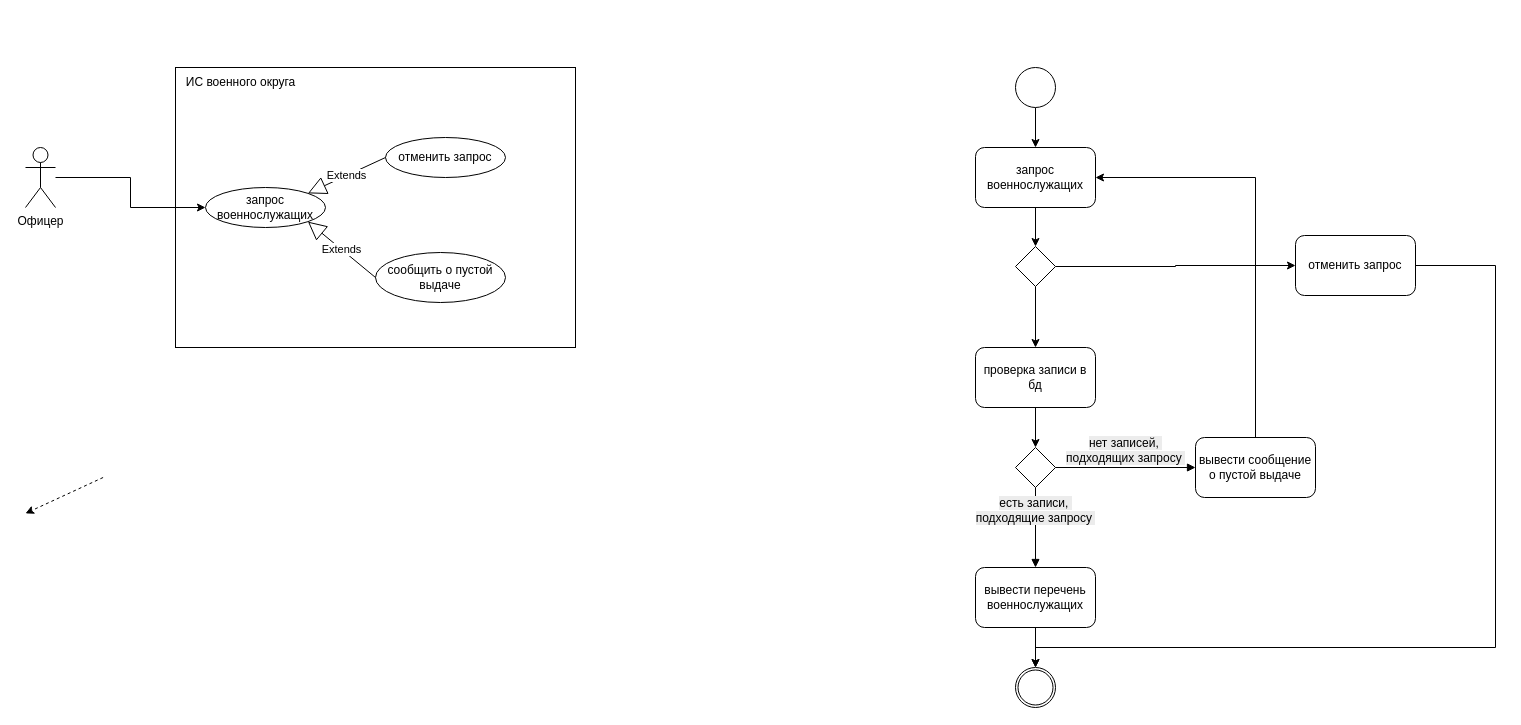
The draw.io diagram 4_semester/АИС/4 лр/АИС-4ЛР.drawio in MyataEtoki/SUAI_09.03.02, before the edit. Source tidied: cells renumbered, new cells numbered last; positions are measured from the earlier drawing's top-left corner, leaving out a move shared by most shapes. Both pictures are drawn from the tidied source at 100%, with x=0, y=0 at pixel (25, 67).
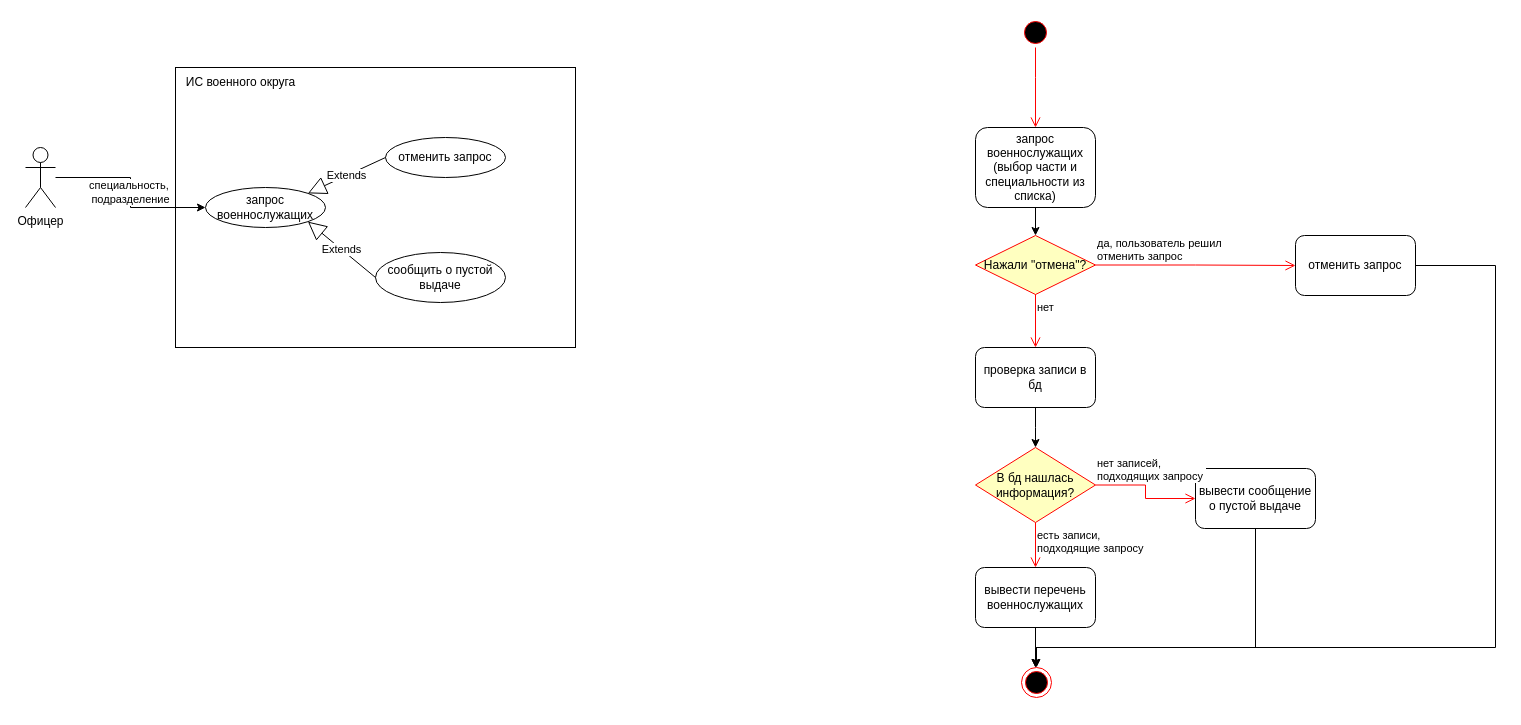
After the change.

The change refers to these unchanged cells:
```xml
<mxCell id="4" value="Офицер" style="shape=umlActor;verticalLabelPosition=bottom;verticalAlign=top;html=1;outlineConnect=0;" parent="1" vertex="1">
  <mxGeometry y="80" width="30" height="60" as="geometry" />
</mxCell>
<mxCell id="6" value="запрос военнослужащих" style="ellipse;whiteSpace=wrap;html=1;" parent="1" vertex="1">
  <mxGeometry x="180" y="120" width="120" height="40" as="geometry" />
</mxCell>
<mxCell id="18" value="проверка записи в бд" style="rounded=1;whiteSpace=wrap;html=1;" parent="1" vertex="1">
  <mxGeometry x="950" y="280" width="120" height="60" as="geometry" />
</mxCell>
<mxCell id="20" value="отменить запрос" style="rounded=1;whiteSpace=wrap;html=1;" parent="1" vertex="1">
  <mxGeometry x="1270" y="168" width="120" height="60" as="geometry" />
</mxCell>
<mxCell id="23" value="вывести перечень военнослужащих" style="rounded=1;whiteSpace=wrap;html=1;" parent="1" vertex="1">
  <mxGeometry x="950" y="500" width="120" height="60" as="geometry" />
</mxCell>
```

What changed in the source:
```diff
@@
-    <mxCell id="3" style="edgeStyle=orthogonalEdgeStyle;rounded=0;jettySize=auto;html=1;entryX=0;entryY=0.5;entryDx=0;entryDy=0;" parent="1" edge="1" source="4" target="6">
+    <mxCell id="3" value="специальность,&amp;nbsp;&lt;div&gt;подразделение&lt;/div&gt;" style="edgeStyle=orthogonalEdgeStyle;rounded=0;jettySize=auto;html=1;entryX=0;entryY=0.5;entryDx=0;entryDy=0;" parent="1" edge="1" source="4" target="6">
       <mxGeometry relative="1" as="geometry" />
     </mxCell>
@@
-    <mxCell id="9" style="edgeStyle=orthogonalEdgeStyle;rounded=0;jettySize=auto;html=1;" parent="1" edge="1" source="10" target="16">
+    <mxCell id="9" style="edgeStyle=orthogonalEdgeStyle;rounded=0;jettySize=auto;html=1;entryX=0.5;entryY=0;entryDx=0;entryDy=0;" parent="1" edge="1" source="10" target="37">
       <mxGeometry relative="1" as="geometry" />
     </mxCell>
-    <mxCell id="10" value="запрос военнослужащих" style="rounded=1;whiteSpace=wrap;html=1;" parent="1" vertex="1">
-      <mxGeometry x="950" y="80" width="120" height="60" as="geometry" />
+    <mxCell id="10" value="запрос военнослужащих (выбор части и специальности из списка)" style="rounded=1;whiteSpace=wrap;html=1;" parent="1" vertex="1">
+      <mxGeometry x="950" y="60" width="120" height="80" as="geometry" />
     </mxCell>
-    <mxCell id="11" style="edgeStyle=orthogonalEdgeStyle;rounded=0;jettySize=auto;html=1;" parent="1" edge="1" source="12" target="10">
-      <mxGeometry relative="1" as="geometry" />
-    </mxCell>
-    <mxCell id="12" style="ellipse;whiteSpace=wrap;html=1;" parent="1" vertex="1">
-      <mxGeometry x="990" width="40" height="40" as="geometry" />
-    </mxCell>
-    <mxCell id="13" style="html=1;labelBackgroundColor=#ffffff;startArrow=none;startFill=0;startSize=6;endArrow=classic;endFill=1;endSize=6;jettySize=auto;orthogonalLoop=1;strokeWidth=1;dashed=1;fontSize=14;rounded=0;entryX=1;entryY=0;entryDx=0;entryDy=0;exitX=0;exitY=0.5;exitDx=0;exitDy=0;" parent="1" edge="1">
-      <mxGeometry relative="1" as="geometry">
-        <mxPoint x="77.6" y="410" as="sourcePoint" />
-        <mxPoint y="445.9" as="targetPoint" />
-      </mxGeometry>
-    </mxCell>
-    <mxCell id="14" style="edgeStyle=orthogonalEdgeStyle;rounded=0;jettySize=auto;html=1;entryX=0;entryY=0.5;entryDx=0;entryDy=0;" parent="1" edge="1" source="16" target="20">
-      <mxGeometry relative="1" as="geometry" />
-    </mxCell>
-    <mxCell id="15" style="edgeStyle=orthogonalEdgeStyle;rounded=0;jettySize=auto;html=1;" parent="1" edge="1" source="16" target="18">
-      <mxGeometry relative="1" as="geometry" />
-    </mxCell>
-    <mxCell id="16" style="rhombus;whiteSpace=wrap;html=1;" parent="1" vertex="1">
-      <mxGeometry x="990" y="179" width="40" height="40" as="geometry" />
-    </mxCell>
-    <mxCell id="17" style="edgeStyle=orthogonalEdgeStyle;rounded=0;jettySize=auto;html=1;" parent="1" edge="1" source="18" target="21">
-      <mxGeometry relative="1" as="geometry" />
+    <mxCell id="17" style="edgeStyle=orthogonalEdgeStyle;rounded=0;jettySize=auto;html=1;" parent="1" edge="1" source="18">
+      <mxGeometry relative="1" as="geometry">
+        <mxPoint x="1010" y="380" as="targetPoint" />
+      </mxGeometry>
     </mxCell>
@@
-    <mxCell id="19" style="edgeStyle=orthogonalEdgeStyle;rounded=0;jettySize=auto;html=1;entryX=0.5;entryY=0;entryDx=0;entryDy=0;" parent="1" edge="1" source="20" target="31">
+    <mxCell id="19" style="edgeStyle=orthogonalEdgeStyle;rounded=0;jettySize=auto;html=1;entryX=0.5;entryY=0;entryDx=0;entryDy=0;" parent="1" edge="1" source="20">
       <mxGeometry relative="1" as="geometry">
+        <mxPoint x="1010" y="600" as="targetPoint" />
         <Array as="points">
           <mxPoint x="1470" y="198" />
           <mxPoint x="1470" y="580" />
           <mxPoint x="1010" y="580" />
         </Array>
       </mxGeometry>
     </mxCell>
@@
-    <mxCell id="21" style="rhombus;whiteSpace=wrap;html=1;" parent="1" vertex="1">
-      <mxGeometry x="990" y="380" width="40" height="40" as="geometry" />
-    </mxCell>
-    <mxCell id="22" style="edgeStyle=orthogonalEdgeStyle;rounded=0;jettySize=auto;html=1;exitX=0.5;exitY=1;exitDx=0;exitDy=0;entryX=0.5;entryY=0;entryDx=0;entryDy=0;" parent="1" edge="1" source="23" target="31">
-      <mxGeometry relative="1" as="geometry" />
+    <mxCell id="22" style="edgeStyle=orthogonalEdgeStyle;rounded=0;jettySize=auto;html=1;exitX=0.5;exitY=1;exitDx=0;exitDy=0;entryX=0.5;entryY=0;entryDx=0;entryDy=0;" parent="1" edge="1" source="23">
+      <mxGeometry relative="1" as="geometry">
+        <mxPoint x="1010" y="600" as="targetPoint" />
+      </mxGeometry>
     </mxCell>
@@
-    <mxCell id="24" style="edgeStyle=orthogonalEdgeStyle;rounded=0;jettySize=auto;html=1;entryX=1;entryY=0.5;entryDx=0;entryDy=0;" parent="1" edge="1" source="25" target="10">
-      <mxGeometry relative="1" as="geometry">
-        <Array as="points">
-          <mxPoint x="1230" y="110" />
-        </Array>
-      </mxGeometry>
-    </mxCell>
+    <mxCell id="33" style="edgeStyle=orthogonalEdgeStyle;rounded=0;jettySize=auto;html=1;entryX=0.5;entryY=0;entryDx=0;entryDy=0;" parent="1" edge="1" source="25" target="36">
+      <mxGeometry relative="1" as="geometry">
+        <Array as="points">
+          <mxPoint x="1230" y="580" />
+          <mxPoint x="1011" y="580" />
+        </Array>
+      </mxGeometry>
+    </mxCell>
     <mxCell id="25" value="вывести сообщение о пустой выдаче" style="rounded=1;whiteSpace=wrap;html=1;" parent="1" vertex="1">
-      <mxGeometry x="1170" y="370" width="120" height="60" as="geometry" />
+      <mxGeometry x="1170" y="401" width="120" height="60" as="geometry" />
     </mxCell>
@@
+    <mxCell id="34" style="ellipse;html=1;shape=startState;fillColor=#000000;strokeColor=#ff0000;" parent="1" vertex="1">
+      <mxGeometry x="995" y="-50" width="30" height="30" as="geometry" />
+    </mxCell>
+    <mxCell id="35" style="edgeStyle=orthogonalEdgeStyle;html=1;verticalAlign=bottom;endArrow=open;endSize=8;strokeColor=#ff0000;rounded=0;" parent="1" edge="1" source="34">
+      <mxGeometry relative="1" as="geometry">
+        <mxPoint x="1010" y="60" as="targetPoint" />
+        <Array as="points">
+          <mxPoint x="1010" y="10" />
+          <mxPoint x="1010" y="10" />
+        </Array>
+      </mxGeometry>
+    </mxCell>
+    <mxCell id="36" style="ellipse;html=1;shape=endState;fillColor=#000000;strokeColor=#ff0000;" parent="1" vertex="1">
+      <mxGeometry x="996" y="600" width="30" height="30" as="geometry" />
+    </mxCell>
+    <mxCell id="37" value="Нажали &quot;отмена&quot;?" style="rhombus;whiteSpace=wrap;html=1;fontColor=#000000;fillColor=#ffffc0;strokeColor=#ff0000;" parent="1" vertex="1">
+      <mxGeometry x="950" y="168" width="120" height="59" as="geometry" />
+    </mxCell>
+    <mxCell id="38" value="&lt;div&gt;да, пользователь решил&amp;nbsp;&lt;/div&gt;&lt;div&gt;отменить запрос&lt;/div&gt;" style="edgeStyle=orthogonalEdgeStyle;html=1;align=left;verticalAlign=bottom;endArrow=open;endSize=8;strokeColor=#ff0000;rounded=0;entryX=0;entryY=0.5;entryDx=0;entryDy=0;" parent="1" edge="1" source="37" target="20">
+      <mxGeometry x="-1" relative="1" as="geometry" />
+    </mxCell>
+    <mxCell id="39" value="нет" style="edgeStyle=orthogonalEdgeStyle;html=1;align=left;verticalAlign=top;endArrow=open;endSize=8;strokeColor=#ff0000;rounded=0;entryX=0.5;entryY=0;entryDx=0;entryDy=0;" parent="1" edge="1" source="37" target="18">
+      <mxGeometry x="-1" relative="1" as="geometry" />
+    </mxCell>
+    <mxCell id="40" value="В бд нашлась информация?" style="rhombus;whiteSpace=wrap;html=1;fontColor=#000000;fillColor=#ffffc0;strokeColor=#ff0000;" parent="1" vertex="1">
+      <mxGeometry x="950" y="380" width="120" height="75" as="geometry" />
+    </mxCell>
-    <mxCell id="28" value="&lt;span style=&quot;font-size: 12px; background-color: rgb(236, 236, 236);&quot;&gt;нет записей,&amp;nbsp;&lt;/span&gt;&lt;div style=&quot;font-size: 12px; background-color: rgb(236, 236, 236);&quot;&gt;подходящих запросу&amp;nbsp;&lt;/div&gt;" style="html=1;verticalAlign=bottom;endArrow=block;curved=0;rounded=0;entryX=0;entryY=0.5;entryDx=0;entryDy=0;" parent="1" edge="1" target="25">
-      <mxGeometry relative="1" as="geometry">
-        <mxPoint x="1030" y="400" as="sourcePoint" />
-      </mxGeometry>
+    <mxCell id="28" value="&lt;div&gt;нет записей,&amp;nbsp;&lt;/div&gt;&lt;div&gt;подходящих запросу&amp;nbsp;&lt;/div&gt;" style="edgeStyle=orthogonalEdgeStyle;html=1;align=left;verticalAlign=bottom;endArrow=open;endSize=8;strokeColor=#ff0000;rounded=0;entryX=0;entryY=0.5;entryDx=0;entryDy=0;" parent="1" edge="1" source="40" target="25">
+      <mxGeometry x="-1" relative="1" as="geometry" />
     </mxCell>
-    <mxCell id="29" value="&lt;span style=&quot;font-size: 12px; background-color: rgb(236, 236, 236);&quot;&gt;есть записи,&amp;nbsp;&lt;/span&gt;&lt;div style=&quot;font-size: 12px; background-color: rgb(236, 236, 236);&quot;&gt;подходящие запросу&amp;nbsp;&lt;/div&gt;" style="html=1;verticalAlign=bottom;endArrow=block;curved=0;rounded=0;entryX=0.5;entryY=0;entryDx=0;entryDy=0;exitX=0.5;exitY=1;exitDx=0;exitDy=0;" parent="1" edge="1" source="21" target="23">
-      <mxGeometry relative="1" as="geometry" />
+    <mxCell id="29" value="&lt;div&gt;есть записи,&amp;nbsp;&lt;/div&gt;&lt;div&gt;подходящие запросу&amp;nbsp;&lt;/div&gt;" style="edgeStyle=orthogonalEdgeStyle;html=1;align=left;verticalAlign=top;endArrow=open;endSize=8;strokeColor=#ff0000;rounded=0;entryX=0.5;entryY=0;entryDx=0;entryDy=0;" parent="1" edge="1" source="40" target="23">
+      <mxGeometry x="-1" relative="1" as="geometry" />
     </mxCell>
-    <mxCell id="30" style="group;" parent="1" vertex="1">
-      <mxGeometry x="990" y="600" width="40" height="40" as="geometry" />
-    </mxCell>
-    <mxCell id="31" style="ellipse;whiteSpace=wrap;html=1;" parent="30" vertex="1">
-      <mxGeometry width="40" height="40" as="geometry" />
-    </mxCell>
-    <mxCell id="32" style="ellipse;whiteSpace=wrap;html=1;" parent="30" vertex="1">
-      <mxGeometry x="2.5" y="2.5" width="35" height="35" as="geometry" />
-    </mxCell>
```
